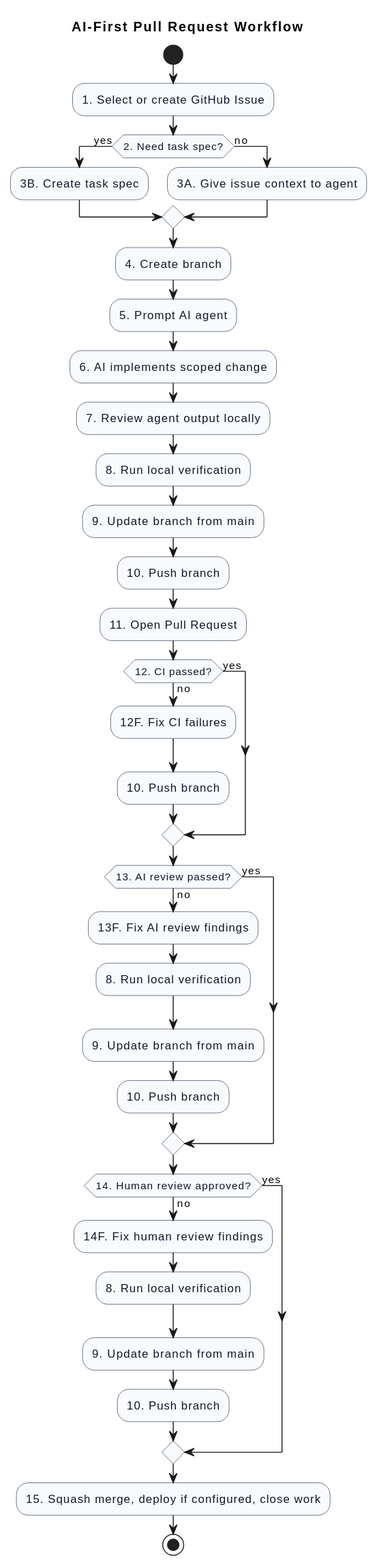
This is docs/diagrams/generated/ai-first-pr-workflow.svg from lupaus-eu/shadow, a PlantUML export, as it was before one commit. The source it was exported from:
```plantuml
@startuml
title AI-First Pull Request Workflow

skinparam shadowing false
skinparam activity {
  BackgroundColor #F8FAFC
  BorderColor #334155
  FontColor #0F172A
}
skinparam diamond {
  BackgroundColor #FEF3C7
  BorderColor #92400E
  FontColor #0F172A
}

start

:1. Select or create GitHub Issue;

if (2. Need task spec?) then (yes)
  :3B. Create task spec;
else (no)
  :3A. Give issue context to agent;
endif

:4. Create branch;
:5. Prompt AI agent;
:6. AI implements scoped change;
:7. Review agent output locally;
:8. Run local verification;
:9. Update branch from main;
:10. Push branch;
:11. Open Pull Request;

if (12. CI passed?) then (yes)
else (no)
  :12F. Fix CI failures;
  :10. Push branch;
endif

if (13. AI review passed?) then (yes)
else (no)
  :13F. Fix AI review findings;
  :8. Run local verification;
  :9. Update branch from main;
  :10. Push branch;
endif

if (14. Human review approved?) then (yes)
else (no)
  :14F. Fix human review findings;
  :8. Run local verification;
  :9. Update branch from main;
  :10. Push branch;
endif

:15. Squash merge, deploy if configured, close work;

stop
@enduml
```
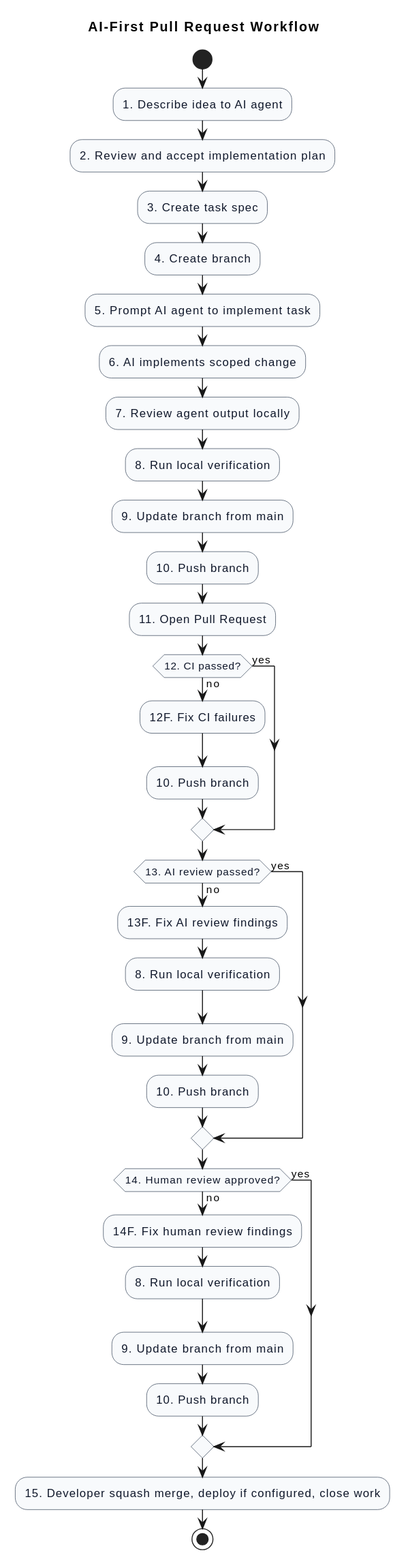
After the commit.

Change to the diagram source:
```diff
@@ -15,16 +15,11 @@
 
 start
 
-:1. Select or create GitHub Issue;
-
-if (2. Need task spec?) then (yes)
-  :3B. Create task spec;
-else (no)
-  :3A. Give issue context to agent;
-endif
-
+:1. Describe idea to AI agent;
+:2. Review and accept implementation plan;
+:3. Create task spec;
 :4. Create branch;
-:5. Prompt AI agent;
+:5. Prompt AI agent to implement task;
 :6. AI implements scoped change;
 :7. Review agent output locally;
 :8. Run local verification;
@@ -54,7 +49,7 @@
   :10. Push branch;
 endif
 
-:15. Squash merge, deploy if configured, close work;
+:15. Developer squash merge, deploy if configured, close work;
 
 stop
 @enduml
```
